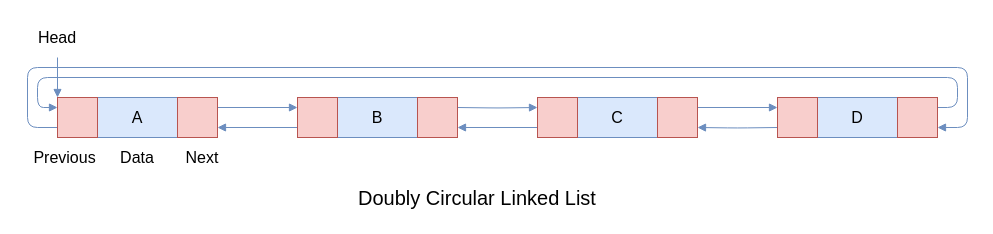
XuShaohua/TheAlgorithms keeps this draw.io diagram as src/list/assets/doubly-circular-linked-list.drawio. Above is the earlier version. Source tidied: cells renumbered, new cells numbered last; positions are measured from the earlier drawing's top-left corner, leaving out a move shared by most shapes. Both pictures are drawn from the tidied source at 100%, with x=0, y=0 at pixel (17, 17).
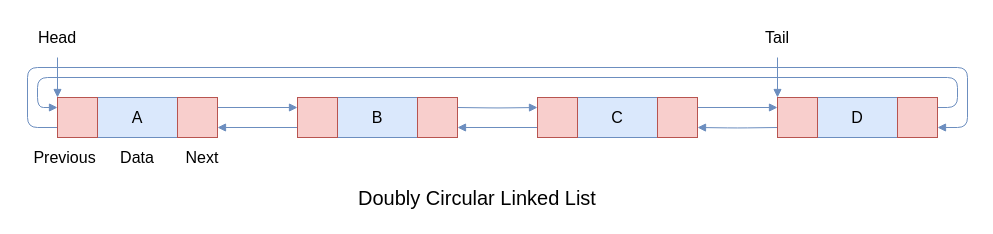
After the change.

Unchanged cells that the change refers to:
```xml
<mxCell id="25" style="rounded=0;whiteSpace=wrap;html=1;shadow=0;strokeColor=#b85450;strokeWidth=1;fontFamily=Ubuntu;fontSize=16;fontStyle=0;fillColor=#f8cecc;" parent="1" vertex="1">
  <mxGeometry x="760" y="80" width="40" height="40" as="geometry" />
</mxCell>
```

Diff of the diagram source:
```diff
@@
+    <mxCell id="28" style="edgeStyle=orthogonalEdgeStyle;rounded=1;jettySize=auto;html=1;entryX=0;entryY=0;entryDx=0;entryDy=0;shadow=0;strokeColor=#6c8ebf;strokeWidth=1;fontFamily=Ubuntu;fontSize=14;fontStyle=0;endArrow=block;endFill=1;fillColor=#dae8fc;" parent="1" edge="1" source="29" target="25">
+      <mxGeometry relative="1" as="geometry" />
+    </mxCell>
+    <mxCell id="29" value="Tail" style="text;html=1;align=center;verticalAlign=middle;whiteSpace=wrap;rounded=0;fontFamily=Ubuntu;fontSize=16;fontStyle=0;" parent="1" vertex="1">
+      <mxGeometry x="720" width="80" height="40" as="geometry" />
+    </mxCell>
```
